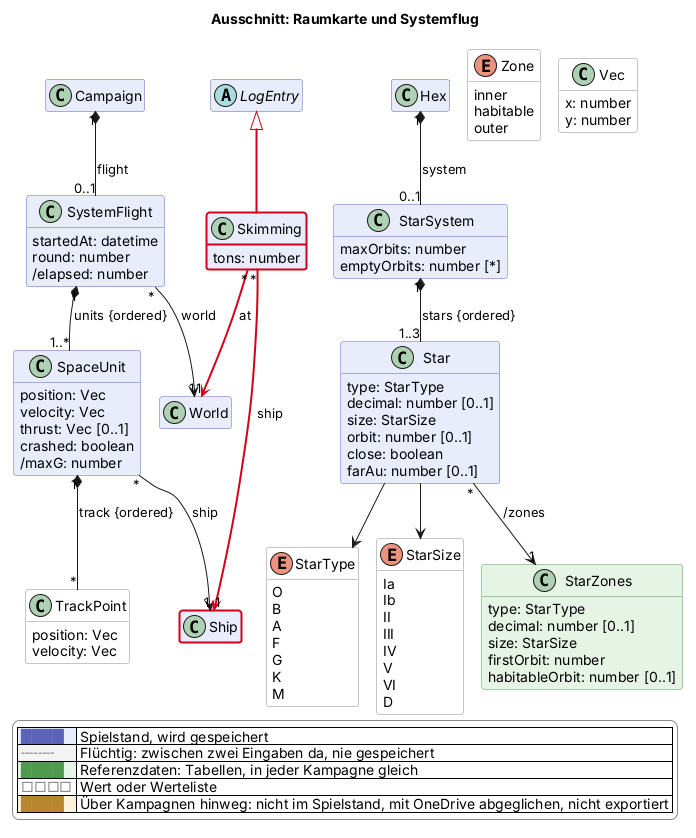
Above: docs/views/raum.png in scuzzar/SRE (PlantUML), before the change. Source of this version:
```plantuml
@startuml
!if %not(%variable_exists("$change"))
!$change = "*"
!endif
!function $marked($c)
!return $change == "*" || $change == $c
!endfunction
!function $new($c, $t)
!if $marked($c)
!return "<color:#d0021b><b>" + $t + "</b></color>"
!endif
!return $t
!endfunction
!procedure $gone($c, $t)
!if $marked($c)
<color:#d0021b><s>$t</s></color>
!endif
!endprocedure
!function $newClass($c)
!if $marked($c)
!return "#line:d0021b;line.bold"
!endif
!return ""
!endfunction
!function $newArrow($c)
!if $marked($c)
!return "[#d0021b,bold]"
!endif
!return ""
!endfunction
!function $goneArrow($c)
!if $marked($c)
!return "[#d0021b,dashed]"
!endif
!return ""
!endfunction
!pragma layout smetana
title Ausschnitt: Raumkarte und Systemflug
hide empty members
hide methods
skinparam classAttributeIconSize 0
skinparam shadowing false
skinparam packageStyle rectangle
skinparam class {
  BackgroundColor #e8ecfb
  BorderColor #5b64b8
  BackgroundColor<<transient>> #f4f4f4
  BorderColor<<transient>> #8a8a8a
  BackgroundColor<<reference>> #e6f4e6
  BorderColor<<reference>> #4f9a4f
  BackgroundColor<<value>> #ffffff
  BorderColor<<value>> #8a8a8a
  BackgroundColor<<browser>> #fdf1dc
  BorderColor<<browser>> #b8862e
}
skinparam legendBackgroundColor #ffffff
skinparam legendBorderColor #8a8a8a
<style>
classDiagram {
  class {
    .transient {
      LineStyle 5-3
    }
  }
}
</style>
hide <<transient>> stereotype
hide <<reference>> stereotype
hide <<value>> stereotype
hide <<browser>> stereotype

  class Campaign $kampagne

  class Ship $schiffe

  class SystemFlight $raum {
    startedAt: datetime
    round: number
    /elapsed: number
  }
  class StarSystem $raum {
    maxOrbits: number
    emptyOrbits: number [*]
  }
  class Star $raum {
    type: StarType
    decimal: number [0..1]
    size: StarSize
    orbit: number [0..1]
    close: boolean
    farAu: number [0..1]
  }
  enum StarType <<value>> $raum {
    O
    B
    A
    F
    G
    K
    M
  }
  enum StarSize <<value>> $raum {
    Ia
    Ib
    II
    III
    IV
    V
    VI
    D
  }
  enum Zone <<value>> $raum {
    inner
    habitable
    outer
  }
  class StarZones <<reference>> $raum {
    type: StarType
    decimal: number [0..1]
    size: StarSize
    firstOrbit: number
    habitableOrbit: number [0..1]
  }
  class Skimming $raum $newClass("2026-11-21b") {
    tons: number
  }
  class SpaceUnit $raum {
    position: Vec
    velocity: Vec
    thrust: Vec [0..1]
    crashed: boolean
    /maxG: number
  }
  class TrackPoint <<value>> $raum {
    position: Vec
    velocity: Vec
  }
  class Vec <<value>> $raum {
    x: number
    y: number
  }


  class Hex $sektor
  class World $sektor


  abstract class LogEntry $probe






Campaign "1" *-- "0..1" SystemFlight : flight
SystemFlight "*" --> "1" World : world
SystemFlight "1" *-- "1..*" SpaceUnit : units {ordered}
SpaceUnit "*" --> "1" Ship : ship
SpaceUnit "1" *-- "*" TrackPoint : track {ordered}
LogEntry <|-$newArrow("2026-11-21b")- Skimming
Skimming "*" -$newArrow("2026-11-21b")-> "1" World : at
Skimming "*" -$newArrow("2026-11-21b")-> "1" Ship : ship
Hex "1" *-- "0..1" StarSystem : system
StarSystem "1" *-- "1..3" Star : stars {ordered}
Star "*" --> "1" StarZones : /zones
Star --> StarType
Star --> StarSize













legend right
  |<#e8ecfb> <color:#5b64b8>████</color> | Spielstand, wird gespeichert |
  |<#f4f4f4> <color:#8a8a8a>╌╌╌╌</color> | Flüchtig: zwischen zwei Eingaben da, nie gespeichert |
  |<#e6f4e6> <color:#4f9a4f>████</color> | Referenzdaten: Tabellen, in jeder Kampagne gleich |
  |<#ffffff> <color:#8a8a8a>□□□□</color> | Wert oder Werteliste |
  |<#fdf1dc> <color:#b8862e>████</color> | Über Kampagnen hinweg: nicht im Spielstand, mit OneDrive abgeglichen, nicht exportiert |
endlegend
class Ship #line:d0021b;line.bold
@enduml
```
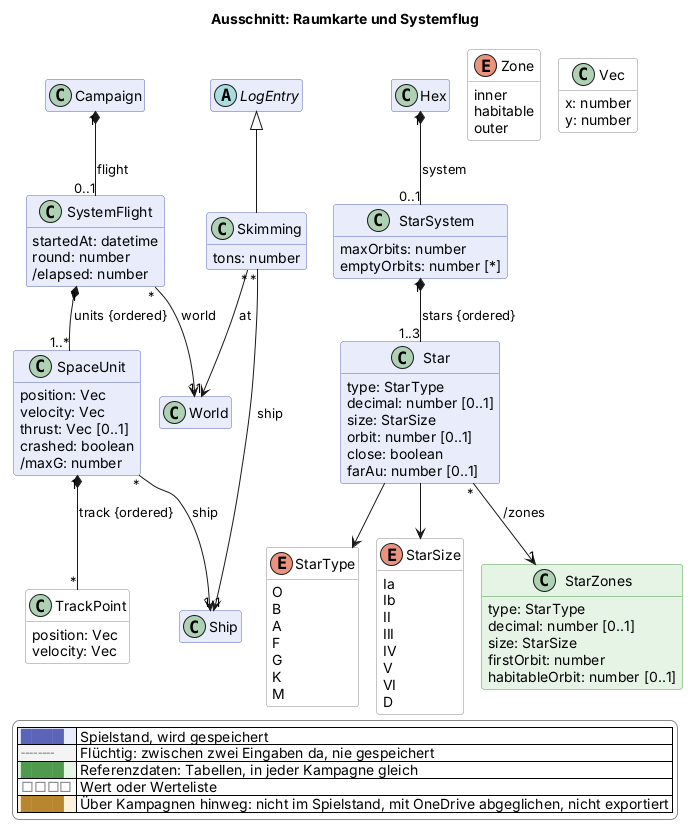
After the commit.

Diff of the diagram source:
```diff
@@ -121,7 +121,7 @@
     firstOrbit: number
     habitableOrbit: number [0..1]
   }
-  class Skimming $raum $newClass("2026-11-21b") {
+  class Skimming $raum {
     tons: number
   }
   class SpaceUnit $raum {
@@ -157,9 +157,9 @@
 SystemFlight "1" *-- "1..*" SpaceUnit : units {ordered}
 SpaceUnit "*" --> "1" Ship : ship
 SpaceUnit "1" *-- "*" TrackPoint : track {ordered}
-LogEntry <|-$newArrow("2026-11-21b")- Skimming
-Skimming "*" -$newArrow("2026-11-21b")-> "1" World : at
-Skimming "*" -$newArrow("2026-11-21b")-> "1" Ship : ship
+LogEntry <|-- Skimming
+Skimming "*" --> "1" World : at
+Skimming "*" --> "1" Ship : ship
 Hex "1" *-- "0..1" StarSystem : system
 StarSystem "1" *-- "1..3" Star : stars {ordered}
 Star "*" --> "1" StarZones : /zones
@@ -185,5 +185,4 @@
   |<#ffffff> <color:#8a8a8a>□□□□</color> | Wert oder Werteliste |
   |<#fdf1dc> <color:#b8862e>████</color> | Über Kampagnen hinweg: nicht im Spielstand, mit OneDrive abgeglichen, nicht exportiert |
 endlegend
-class Ship #line:d0021b;line.bold
 @enduml
```
